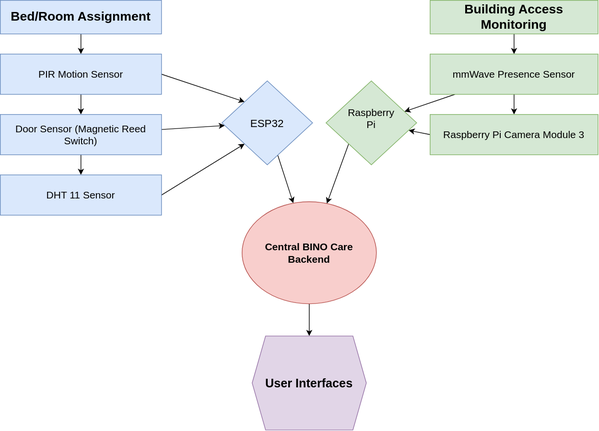
Above: docs/design/hardware/hardware_block_diagram.drawio.svg in NadifRahman/bino-care (draw.io), before the change. Source tidied: cells renumbered, new cells last; positions are measured from the earlier drawing's top-left corner, leaving out a move shared by most shapes.
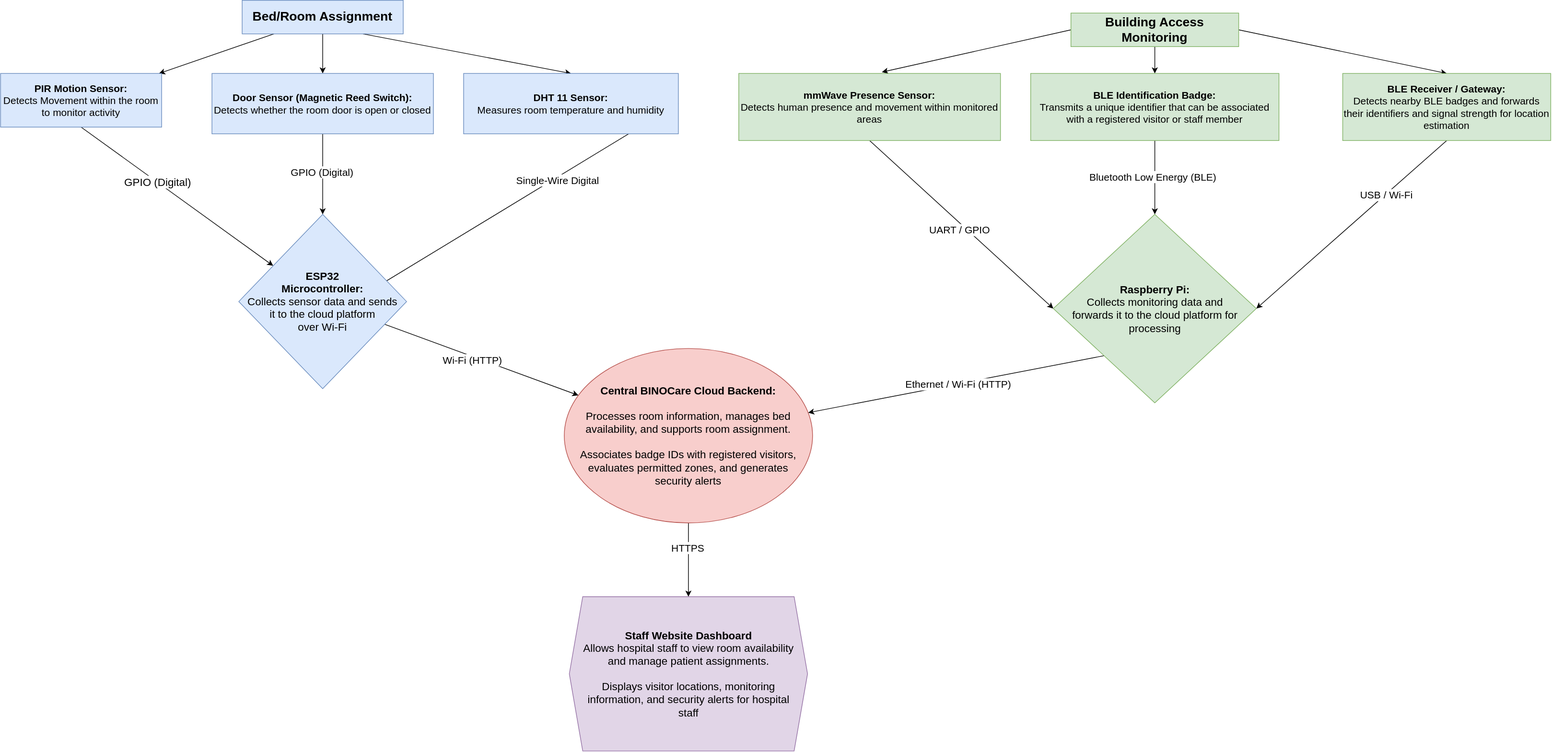
The same file after the commit.

Commit message:
Refine hardware block diagram and compatibility review

What changed in the source:
```diff
@@ -5,74 +5,114 @@
     <mxCell id="2" style="edgeStyle=none;html=1;" parent="1" edge="1" source="3" target="8">
       <mxGeometry relative="1" as="geometry" />
     </mxCell>
+    <mxCell id="26" style="edgeStyle=none;html=1;exitX=0.75;exitY=1;exitDx=0;exitDy=0;entryX=0.5;entryY=0;entryDx=0;entryDy=0;" parent="1" edge="1" source="3" target="13">
+      <mxGeometry relative="1" as="geometry" />
+    </mxCell>
+    <mxCell id="27" style="edgeStyle=none;html=1;exitX=0.5;exitY=1;exitDx=0;exitDy=0;entryX=0.5;entryY=0;entryDx=0;entryDy=0;" parent="1" edge="1" source="3" target="11">
+      <mxGeometry relative="1" as="geometry" />
+    </mxCell>
     <mxCell id="3" value="&lt;font style=&quot;font-size: 19px;&quot;&gt;&lt;b&gt;Bed/Room Assignment&lt;/b&gt;&lt;/font&gt;" style="whiteSpace=wrap;html=1;fillColor=#dae8fc;strokeColor=#6c8ebf;" parent="1" vertex="1">
-      <mxGeometry width="240" height="50" as="geometry" />
+      <mxGeometry x="380" y="1" width="240" height="50" as="geometry" />
     </mxCell>
-    <mxCell id="4" style="edgeStyle=none;html=1;" parent="1" edge="1" source="5" target="16">
+    <mxCell id="4" style="edgeStyle=none;html=1;exitX=0;exitY=0.5;exitDx=0;exitDy=0;entryX=0.547;entryY=-0.02;entryDx=0;entryDy=0;entryPerimeter=0;" parent="1" edge="1" source="5" target="16">
       <mxGeometry relative="1" as="geometry" />
     </mxCell>
+    <mxCell id="28" style="edgeStyle=none;html=1;exitX=0.5;exitY=1;exitDx=0;exitDy=0;entryX=0.5;entryY=0;entryDx=0;entryDy=0;" parent="1" edge="1" source="5" target="39">
+      <mxGeometry relative="1" as="geometry" />
+    </mxCell>
+    <mxCell id="29" style="edgeStyle=none;html=1;exitX=1;exitY=0.5;exitDx=0;exitDy=0;entryX=0.5;entryY=0;entryDx=0;entryDy=0;" parent="1" edge="1" source="5" target="42">
+      <mxGeometry relative="1" as="geometry" />
+    </mxCell>
     <mxCell id="5" value="&lt;font style=&quot;font-size: 19px;&quot;&gt;&lt;b&gt;Building Access Monitoring&lt;/b&gt;&lt;/font&gt;" style="whiteSpace=wrap;html=1;fillColor=#d5e8d4;strokeColor=#82b366;" parent="1" vertex="1">
-      <mxGeometry x="640" width="250" height="50" as="geometry" />
+      <mxGeometry x="1615" y="20" width="250" height="50" as="geometry" />
     </mxCell>
-    <mxCell id="6" style="edgeStyle=none;html=1;" parent="1" edge="1" source="8" target="11">
-      <mxGeometry relative="1" as="geometry" />
-    </mxCell>
-    <mxCell id="7" style="edgeStyle=none;html=1;exitX=1;exitY=0.5;exitDx=0;exitDy=0;entryX=0;entryY=0;entryDx=0;entryDy=0;" parent="1" edge="1" source="8" target="20">
+    <mxCell id="7" style="edgeStyle=none;html=1;exitX=0.5;exitY=1;exitDx=0;exitDy=0;fontSize=13;" parent="1" edge="1" source="8" target="20">
       <mxGeometry relative="1" as="geometry" />
     </mxCell>
+    <mxCell id="30" value="GPIO (Digital)" style="edgeLabel;html=1;align=center;verticalAlign=middle;inheritText=fontFamily,fontColor,fontStyle,textOpacity,labelBorderColor,labelBorderWidth,labelBackgroundColor,defaultLabelBackgroundColor,labelPadding;fontSize=16;" parent="7" vertex="1">
+      <mxGeometry x="-0.21" relative="1" as="geometry">
+        <mxPoint x="1" as="offset" />
+      </mxGeometry>
+    </mxCell>
-    <mxCell id="8" value="&lt;font style=&quot;font-size: 15px;&quot;&gt;PIR Motion Sensor&lt;/font&gt;" style="whiteSpace=wrap;html=1;fillColor=#dae8fc;strokeColor=#6c8ebf;" parent="1" vertex="1">
-      <mxGeometry y="80" width="240" height="60" as="geometry" />
+    <mxCell id="8" value="&lt;font style=&quot;font-size: 15px;&quot;&gt;&lt;b&gt;PIR Motion Sensor:&lt;/b&gt;&lt;br&gt;Detects Movement within the room to monitor activity&lt;/font&gt;" style="whiteSpace=wrap;html=1;fillColor=#dae8fc;strokeColor=#6c8ebf;" parent="1" vertex="1">
+      <mxGeometry x="20" y="110" width="240" height="80" as="geometry" />
     </mxCell>
-    <mxCell id="9" style="edgeStyle=none;html=1;" parent="1" edge="1" source="11" target="13">
-      <mxGeometry relative="1" as="geometry" />
-    </mxCell>
-    <mxCell id="10" style="edgeStyle=none;html=1;" parent="1" edge="1" source="11" target="20">
+    <mxCell id="10" style="edgeStyle=none;html=1;exitX=0.5;exitY=1;exitDx=0;exitDy=0;entryX=0.5;entryY=0;entryDx=0;entryDy=0;" parent="1" edge="1" source="11" target="20">
       <mxGeometry relative="1" as="geometry" />
     </mxCell>
+    <mxCell id="31" value="GPIO (Digital)" style="edgeLabel;html=1;align=center;verticalAlign=middle;inheritText=fontFamily,fontColor,fontStyle,textOpacity,labelBorderColor,labelBorderWidth,labelBackgroundColor,defaultLabelBackgroundColor,labelPadding;fontSize=15;" parent="10" vertex="1">
+      <mxGeometry x="-0.07" y="-2" relative="1" as="geometry" />
+    </mxCell>
-    <mxCell id="11" value="&lt;font style=&quot;font-size: 15px;&quot;&gt;Door Sensor (Magnetic Reed Switch)&lt;/font&gt;" style="whiteSpace=wrap;html=1;fillColor=#dae8fc;strokeColor=#6c8ebf;" parent="1" vertex="1">
-      <mxGeometry y="170" width="240" height="60" as="geometry" />
+    <mxCell id="11" value="&lt;font style=&quot;font-size: 15px;&quot;&gt;&lt;b&gt;Door Sensor (Magnetic Reed Switch):&lt;/b&gt;&lt;br&gt;Detects whether the room door is open or closed&lt;/font&gt;" style="whiteSpace=wrap;html=1;fillColor=#dae8fc;strokeColor=#6c8ebf;" parent="1" vertex="1">
+      <mxGeometry x="335" y="110" width="330" height="90" as="geometry" />
     </mxCell>
     <mxCell id="12" style="edgeStyle=none;html=1;exitX=1;exitY=0.5;exitDx=0;exitDy=0;entryX=0;entryY=1;entryDx=0;entryDy=0;" parent="1" edge="1" source="13" target="20">
       <mxGeometry relative="1" as="geometry" />
     </mxCell>
+    <mxCell id="32" value="Single-Wire Digital" style="edgeLabel;html=1;align=center;verticalAlign=middle;inheritText=fontFamily,fontColor,fontStyle,textOpacity,labelBorderColor,labelBorderWidth,labelBackgroundColor,defaultLabelBackgroundColor,labelPadding;fontSize=15;" parent="12" vertex="1">
+      <mxGeometry x="-0.39" y="3" relative="1" as="geometry" />
+    </mxCell>
-    <mxCell id="13" value="&lt;font style=&quot;font-size: 15px;&quot;&gt;DHT 11 Sensor&lt;/font&gt;" style="whiteSpace=wrap;html=1;fillColor=#dae8fc;strokeColor=#6c8ebf;" parent="1" vertex="1">
-      <mxGeometry y="260" width="240" height="60" as="geometry" />
+    <mxCell id="13" value="&lt;font style=&quot;font-size: 15px;&quot;&gt;&lt;b&gt;DHT 11 Sensor:&lt;/b&gt;&lt;br&gt;Measures room temperature and humidity&lt;/font&gt;" style="whiteSpace=wrap;html=1;fillColor=#dae8fc;strokeColor=#6c8ebf;" parent="1" vertex="1">
+      <mxGeometry x="710" y="110" width="320" height="90" as="geometry" />
     </mxCell>
-    <mxCell id="14" style="edgeStyle=none;html=1;" parent="1" edge="1" source="16" target="18">
-      <mxGeometry relative="1" as="geometry" />
-    </mxCell>
-    <mxCell id="15" style="edgeStyle=none;html=1;" parent="1" edge="1" source="16" target="25">
+    <mxCell id="15" style="edgeStyle=none;html=1;exitX=0.5;exitY=1;exitDx=0;exitDy=0;entryX=0;entryY=0.5;entryDx=0;entryDy=0;fontSize=15;" parent="1" edge="1" source="16" target="25">
       <mxGeometry relative="1" as="geometry" />
     </mxCell>
+    <mxCell id="33" value="UART / GPIO" style="edgeLabel;html=1;align=center;verticalAlign=middle;inheritText=1;fontSize=15;" parent="15" vertex="1">
+      <mxGeometry x="0.01" y="-7" relative="1" as="geometry">
+        <mxPoint y="1" as="offset" />
+      </mxGeometry>
+    </mxCell>
-    <mxCell id="16" value="&lt;font style=&quot;font-size: 15px;&quot;&gt;mmWave Presence Sensor&lt;/font&gt;" style="whiteSpace=wrap;html=1;fillColor=#d5e8d4;strokeColor=#82b366;" parent="1" vertex="1">
-      <mxGeometry x="640" y="80" width="250" height="60" as="geometry" />
+    <mxCell id="16" value="&lt;font style=&quot;font-size: 15px;&quot;&gt;&lt;b&gt;mmWave Presence Sensor:&lt;/b&gt;&lt;br&gt;Detects human presence and movement within monitored areas&lt;/font&gt;" style="whiteSpace=wrap;html=1;fillColor=#d5e8d4;strokeColor=#82b366;" parent="1" vertex="1">
+      <mxGeometry x="1120" y="110" width="390" height="100" as="geometry" />
     </mxCell>
-    <mxCell id="17" style="edgeStyle=none;html=1;exitX=0;exitY=0.5;exitDx=0;exitDy=0;" parent="1" edge="1" source="18" target="25">
-      <mxGeometry relative="1" as="geometry" />
-    </mxCell>
-    <mxCell id="18" value="&lt;font style=&quot;font-size: 15px;&quot;&gt;Raspberry Pi Camera Module 3&lt;/font&gt;" style="whiteSpace=wrap;html=1;fillColor=#d5e8d4;strokeColor=#82b366;" parent="1" vertex="1">
-      <mxGeometry x="640" y="170" width="250" height="60" as="geometry" />
-    </mxCell>
     <mxCell id="19" style="edgeStyle=none;html=1;" parent="1" edge="1" source="20" target="22">
       <mxGeometry relative="1" as="geometry" />
     </mxCell>
+    <mxCell id="34" value="Wi-Fi (HTTP)" style="edgeLabel;html=1;align=center;verticalAlign=middle;inheritText=fontFamily,fontColor,fontStyle,textOpacity,labelBorderColor,labelBorderWidth,labelBackgroundColor,defaultLabelBackgroundColor,labelPadding;fontSize=15;" parent="19" vertex="1">
+      <mxGeometry x="-0.09" y="-5" relative="1" as="geometry" />
+    </mxCell>
-    <mxCell id="20" value="&lt;font style=&quot;font-size: 16px;&quot;&gt;ESP32&lt;/font&gt;" style="rhombus;whiteSpace=wrap;html=1;shapeInside=1;fillColor=#dae8fc;strokeColor=#6c8ebf;fontSize=15;" parent="1" vertex="1">
-      <mxGeometry x="330" y="120" width="135" height="125" as="geometry" />
+    <mxCell id="20" value="&lt;font style=&quot;font-size: 16px;&quot;&gt;&lt;b&gt;ESP32 Microcontroller:&lt;/b&gt;&lt;/font&gt;&lt;div&gt;&lt;font style=&quot;font-size: 16px;&quot;&gt;Collects sensor data and sends it to the cloud platform over Wi-Fi&lt;/font&gt;&lt;/div&gt;" style="rhombus;whiteSpace=wrap;html=1;shapeInside=1;fillColor=#dae8fc;strokeColor=#6c8ebf;fontSize=15;" parent="1" vertex="1">
+      <mxGeometry x="375" y="320" width="250" height="260" as="geometry" />
     </mxCell>
     <mxCell id="21" style="edgeStyle=none;html=1;" parent="1" edge="1" source="22" target="23">
       <mxGeometry relative="1" as="geometry" />
     </mxCell>
+    <mxCell id="35" value="HTTPS" style="edgeLabel;html=1;align=center;verticalAlign=middle;inheritText=fontFamily,fontColor,fontStyle,textOpacity,labelBorderColor,labelBorderWidth,labelBackgroundColor,defaultLabelBackgroundColor,labelPadding;fontSize=15;" parent="21" vertex="1">
+      <mxGeometry x="-0.34" y="-2" relative="1" as="geometry" />
+    </mxCell>
-    <mxCell id="22" value="Central BINO Care Backend" style="ellipse;whiteSpace=wrap;html=1;shapeInside=1;fillColor=#f8cecc;strokeColor=#b85450;fontSize=15;fontStyle=1;" parent="1" vertex="1">
-      <mxGeometry x="360" y="300" width="200" height="152" as="geometry" />
+    <mxCell id="22" value="&lt;b&gt;Central BINOCare Cloud Backend:&lt;/b&gt;&lt;div&gt;&lt;b&gt;&lt;br&gt;&lt;/b&gt;&lt;div&gt;Processes room information, manages bed availability, and supports room assignment.&lt;br&gt;&lt;br&gt;Associates badge IDs with registered visitors, evaluates permitted zones, and generates security alerts&lt;/div&gt;&lt;div&gt;&lt;br&gt;&lt;/div&gt;&lt;/div&gt;" style="ellipse;whiteSpace=wrap;html=1;shapeInside=1;fillColor=#f8cecc;strokeColor=#b85450;fontSize=16;fontStyle=0;" parent="1" vertex="1">
+      <mxGeometry x="860" y="520" width="370" height="260" as="geometry" />
     </mxCell>
-    <mxCell id="23" value="&lt;font style=&quot;font-size: 18px;&quot;&gt;User Interfaces&lt;/font&gt;&lt;div&gt;&lt;br&gt;&lt;/div&gt;" style="shape=hexagon;perimeter=hexagonPerimeter2;whiteSpace=wrap;html=1;shapeInside=1;fixedSize=1;fillColor=#e1d5e7;strokeColor=#9673a6;fontStyle=1;fontSize=15;" parent="1" vertex="1">
-      <mxGeometry x="375" y="500" width="170" height="140" as="geometry" />
+    <mxCell id="23" value="Staff Website Dashboard&lt;br&gt;&lt;span style=&quot;font-weight: normal;&quot;&gt;Allows hospital staff to view room availability and manage patient assignments.&lt;br&gt;&lt;br&gt;Displays visitor locations, monitoring information, and security alerts for hospital staff&lt;/span&gt;&lt;div&gt;&lt;span style=&quot;font-weight: normal;&quot;&gt;&lt;br&gt;&lt;/span&gt;&lt;/div&gt;" style="shape=hexagon;perimeter=hexagonPerimeter2;whiteSpace=wrap;html=1;shapeInside=1;fixedSize=1;fillColor=#e1d5e7;strokeColor=#9673a6;fontStyle=1;fontSize=16;" parent="1" vertex="1">
+      <mxGeometry x="867.5" y="890" width="355" height="230" as="geometry" />
     </mxCell>
     <mxCell id="24" style="edgeStyle=none;html=1;exitX=0;exitY=1;exitDx=0;exitDy=0;" parent="1" edge="1" source="25" target="22">
       <mxGeometry relative="1" as="geometry" />
     </mxCell>
+    <mxCell id="36" value="Ethernet / Wi-Fi (HTTP)" style="edgeLabel;html=1;align=center;verticalAlign=middle;inheritText=fontFamily,fontColor,fontStyle,textOpacity,labelBorderColor,labelBorderWidth,labelBackgroundColor,defaultLabelBackgroundColor,labelPadding;fontSize=15;" parent="24" vertex="1">
+      <mxGeometry x="-0.01" relative="1" as="geometry" />
+    </mxCell>
-    <mxCell id="25" value="Raspberry Pi" style="rhombus;whiteSpace=wrap;html=1;shapeInside=1;fillColor=#d5e8d4;strokeColor=#82b366;fontSize=15;" parent="1" vertex="1">
-      <mxGeometry x="485" y="120" width="135" height="125" as="geometry" />
+    <mxCell id="25" value="&lt;b&gt;Raspberry Pi:&lt;/b&gt;&lt;br&gt;Collects monitoring data and forwards it to the cloud platform for processing" style="rhombus;whiteSpace=wrap;html=1;shapeInside=1;fillColor=#d5e8d4;strokeColor=#82b366;fontSize=16;" parent="1" vertex="1">
+      <mxGeometry x="1588.8" y="320" width="302.5" height="281" as="geometry" />
     </mxCell>
+    <mxCell id="37" style="edgeStyle=none;html=1;exitX=0.5;exitY=1;exitDx=0;exitDy=0;" parent="1" edge="1" source="39" target="25">
+      <mxGeometry relative="1" as="geometry" />
+    </mxCell>
+    <mxCell id="38" value="Bluetooth Low Energy (BLE)" style="edgeLabel;html=1;align=center;verticalAlign=middle;inheritText=fontFamily,fontColor,fontStyle,textOpacity,labelBorderColor,labelBorderWidth,labelBackgroundColor,defaultLabelBackgroundColor,labelPadding;fontSize=15;" parent="37" vertex="1">
+      <mxGeometry x="-0.04" y="-4" relative="1" as="geometry" />
+    </mxCell>
+    <mxCell id="39" value="&lt;font style=&quot;font-size: 15px;&quot;&gt;&lt;b&gt;BLE Identification Badge:&lt;/b&gt;&lt;br&gt;Transmits a unique identifier that can be associated with a registered visitor or staff member&lt;/font&gt;" style="whiteSpace=wrap;html=1;fillColor=#d5e8d4;strokeColor=#82b366;" parent="1" vertex="1">
+      <mxGeometry x="1555" y="110" width="370" height="100" as="geometry" />
+    </mxCell>
+    <mxCell id="40" style="edgeStyle=none;html=1;exitX=0.5;exitY=1;exitDx=0;exitDy=0;entryX=1;entryY=0.5;entryDx=0;entryDy=0;" parent="1" edge="1" source="42" target="25">
+      <mxGeometry relative="1" as="geometry" />
+    </mxCell>
+    <mxCell id="41" value="USB / Wi-Fi" style="edgeLabel;html=1;align=center;verticalAlign=middle;inheritText=fontFamily,fontColor,fontStyle,textOpacity,labelBorderColor,labelBorderWidth,labelBackgroundColor,defaultLabelBackgroundColor,labelPadding;fontSize=15;" parent="40" vertex="1">
+      <mxGeometry x="-0.36" relative="1" as="geometry" />
+    </mxCell>
+    <mxCell id="42" value="&lt;font style=&quot;font-size: 15px;&quot;&gt;&lt;b&gt;BLE Receiver / Gateway:&lt;/b&gt;&lt;br&gt;Detects nearby BLE badges and forwards their identifiers and signal strength for location estimation&lt;/font&gt;" style="whiteSpace=wrap;html=1;fillColor=#d5e8d4;strokeColor=#82b366;" parent="1" vertex="1">
+      <mxGeometry x="2020" y="110" width="310" height="100" as="geometry" />
+    </mxCell>
   </root>
 </mxGraphModel>
```
